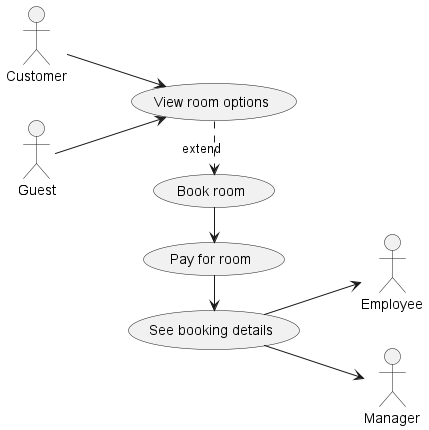
Before: documentation/UMLDiagrams/FR2UCDiagram.png, a diagram exported from PlantUML (notkaramel/ECSE321-Mar1HotelSystem). The source it was exported from:
```plantuml
@startuml CustomerUC

left to right direction

:Customer: as customer
:Employee: as employee
:Manager: as manager
:Guest: as guest

(Book room) as UC1
(View room options) as UC2
(Pay for room) as UC3
(See booking details) as UC4

customer --> UC2
UC2 -right.> UC1: extend
UC1 -right-> UC3
UC3 -right-> UC4
guest --> UC2
UC4 --> manager
UC4 --> employee

@enduml
```
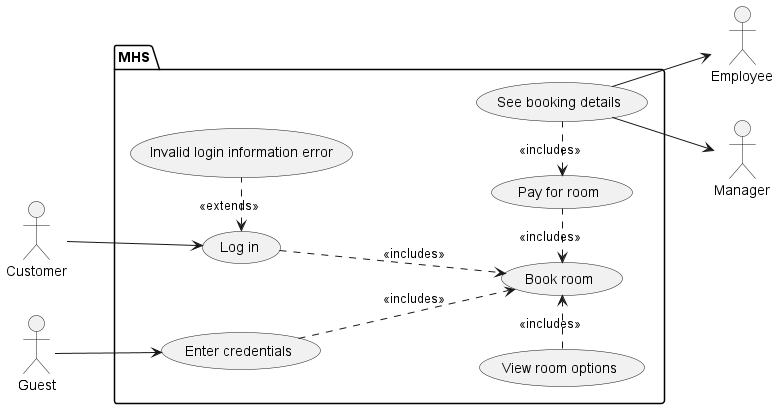
The same file after the commit.

Change to the diagram source:
```diff
@@ -7,17 +7,25 @@
 :Manager: as manager
 :Guest: as guest
 
-(Book room) as UC1
-(View room options) as UC2
-(Pay for room) as UC3
-(See booking details) as UC4
+package MHS {
+    (Book room) as UC1
+    (View room options) as UC2
+    (Pay for room) as UC3
+    (See booking details) as UC4
+    (Log in) as UC5
+    (Enter credentials) as UC6
+    (Invalid login information error) as UC7
+}
 
-customer --> UC2
-UC2 -right.> UC1: extend
-UC1 -right-> UC3
-UC3 -right-> UC4
-guest --> UC2
+customer --> UC5
+UC2 -right.> UC1: <<includes>>
+UC3 -left.> UC1: <<includes>>
+UC4 -left.> UC3: <<includes>>
+guest --> UC6
 UC4 --> manager
 UC4 --> employee
+UC7 -left.> UC5: <<extends>>
+UC5 -.> UC1: <<includes>>
+UC6 -.> UC1: <<includes>>
 
 @enduml
```
